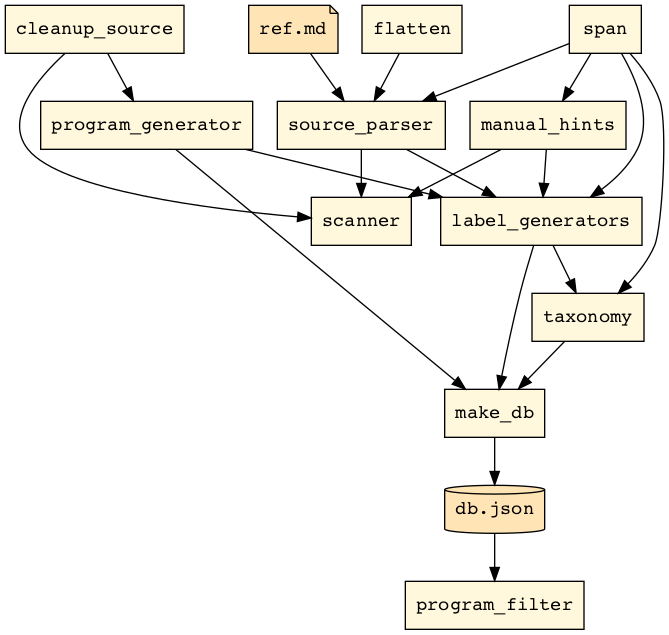
This is docs/flow.png from laowantong/paroxython, a Graphviz export, as it was before one commit. Its source is kept beside it as docs/flow.dot. Source of this version:
```dot
digraph G {
    node [shape=box fontname=Courier style=filled fillcolor=cornsilk]
    "db.json" [shape=cylinder fillcolor=moccasin]
    "ref.md" [shape=note fillcolor=moccasin]
    make_db -> "db.json"
    "db.json" -> program_filter
    "ref.md" -> source_parser
    cleanup_source -> scanner
    manual_hints -> scanner
    source_parser -> scanner
    cleanup_source -> program_generator
    flatten -> source_parser
    span -> source_parser
    label_generators -> make_db
    program_generator -> make_db
    taxonomy -> make_db
    span -> manual_hints
    label_generators -> taxonomy
    span -> taxonomy
    program_generator -> label_generators
    source_parser -> label_generators
    span -> label_generators
    manual_hints -> label_generators
}
```
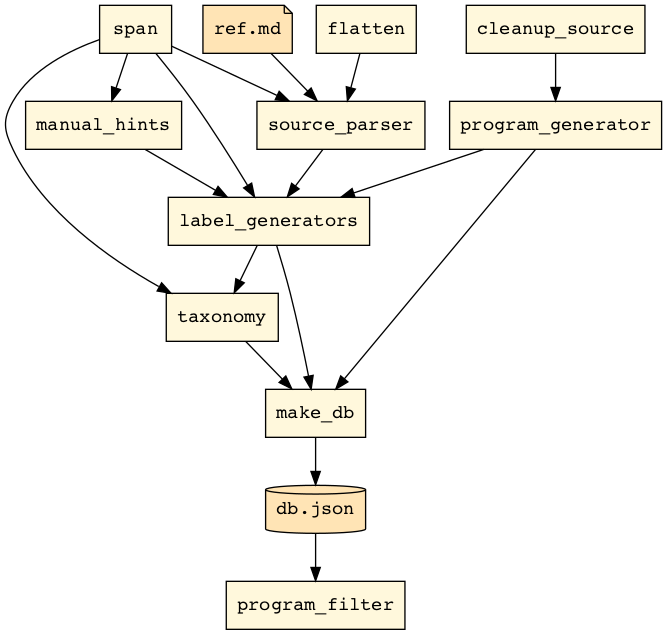
Above is the later version.

Diff of the diagram source:
```diff
@@ -1,24 +1,21 @@
 digraph G {
-    node [shape=box fontname=Courier style=filled fillcolor=cornsilk]
-    "db.json" [shape=cylinder fillcolor=moccasin]
-    "ref.md" [shape=note fillcolor=moccasin]
-    make_db -> "db.json"
-    "db.json" -> program_filter
-    "ref.md" -> source_parser
-    cleanup_source -> scanner
-    manual_hints -> scanner
-    source_parser -> scanner
-    cleanup_source -> program_generator
-    flatten -> source_parser
-    span -> source_parser
-    label_generators -> make_db
-    program_generator -> make_db
-    taxonomy -> make_db
-    span -> manual_hints
-    label_generators -> taxonomy
-    span -> taxonomy
-    program_generator -> label_generators
-    source_parser -> label_generators
-    span -> label_generators
-    manual_hints -> label_generators
+node [shape=box fontname=Courier style=filled fillcolor=cornsilk]
+"db.json" [shape=cylinder fillcolor=moccasin]
+"ref.md" [shape=note fillcolor=moccasin]
+make_db -> "db.json"
+"db.json" -> program_filter
+"ref.md" -> source_parser
+cleanup_source -> program_generator
+flatten -> source_parser
+span -> source_parser
+label_generators -> make_db
+program_generator -> make_db
+taxonomy -> make_db
+span -> manual_hints
+label_generators -> taxonomy
+span -> taxonomy
+program_generator -> label_generators
+source_parser -> label_generators
+span -> label_generators
+manual_hints -> label_generators
 }
```
